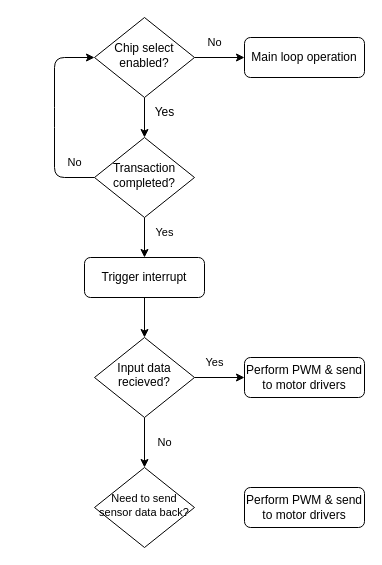
The draw.io diagram test.dio in Kyle-912/HDL, before the edit. Source tidied: cells renumbered, new cells numbered last; positions are measured from the earlier drawing's top-left corner, leaving out a move shared by most shapes. Both pictures are drawn from the tidied source at 100%, with x=0, y=0 at pixel (54, 17).
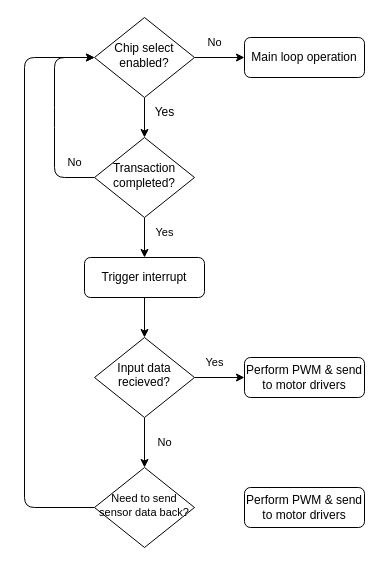
The same page after the edit.

The change refers to these unchanged cells:
```xml
<mxCell id="21" value="&lt;p style=&quot;line-height: 110%;&quot;&gt;&lt;span style=&quot;background-color: initial;&quot;&gt;&lt;font style=&quot;font-size: 11px;&quot;&gt;Need to&amp;nbsp;&lt;/font&gt;&lt;/span&gt;&lt;span style=&quot;background-color: initial;&quot;&gt;&lt;font style=&quot;font-size: 11px;&quot;&gt;send sensor&amp;nbsp;&lt;/font&gt;&lt;/span&gt;&lt;span style=&quot;background-color: initial;&quot;&gt;&lt;font style=&quot;font-size: 11px;&quot;&gt;data&lt;/font&gt;&lt;/span&gt;&lt;span style=&quot;background-color: initial;&quot;&gt;&lt;font style=&quot;font-size: 11px;&quot;&gt;&amp;nbsp;&lt;/font&gt;&lt;/span&gt;&lt;span style=&quot;background-color: initial; font-size: 11px;&quot;&gt;back?&lt;/span&gt;&lt;/p&gt;" style="rhombus;whiteSpace=wrap;html=1;shadow=0;fontFamily=Helvetica;fontSize=12;align=center;strokeWidth=1;spacing=6;spacingTop=-4;" parent="1" vertex="1">
  <mxGeometry x="40" y="450" width="100" height="80" as="geometry" />
</mxCell>
```

Change to the diagram source:
```diff
@@
+    <mxCell id="23" style="edgeStyle=none;html=1;exitX=0;exitY=0.5;exitDx=0;exitDy=0;fontSize=11;" parent="1" edge="1" source="21">
+      <mxGeometry relative="1" as="geometry">
+        <mxPoint x="40" y="40" as="targetPoint" />
+        <Array as="points">
+          <mxPoint x="-30" y="490" />
+          <mxPoint x="-30" y="40" />
+        </Array>
+      </mxGeometry>
+    </mxCell>
```
